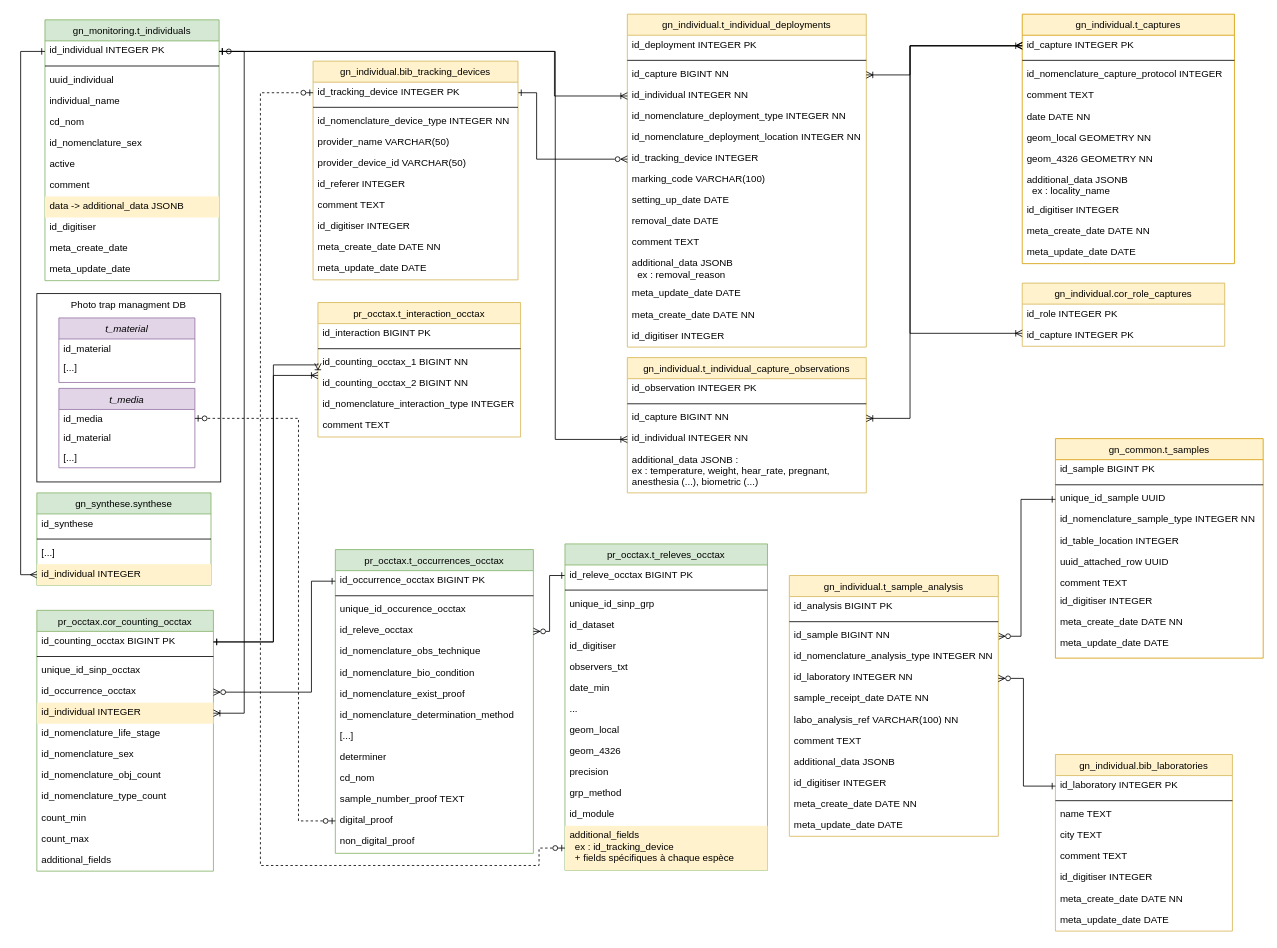
This is cahier-des-charges/MCD/V4-gn/gestion-individus_v4-3.drawio from PnVanoise/gestion-individus, a draw.io file, before an edit. Source tidied: cells renumbered, new cells numbered last; positions are measured from the earlier drawing's top-left corner, leaving out a move shared by most shapes. Both pictures are drawn from the tidied source at 81%, with x=0, y=0 at pixel (36, 14).
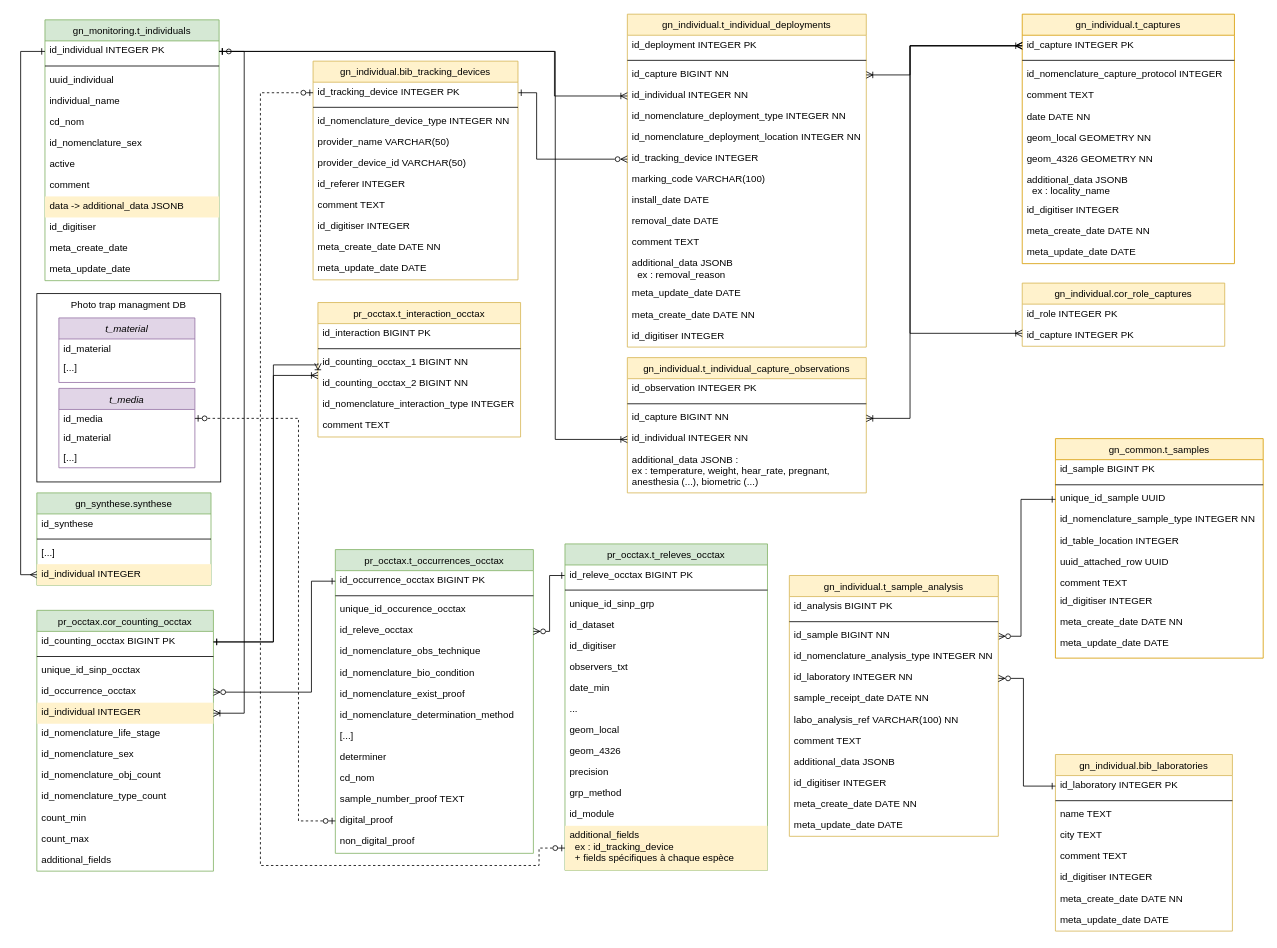
The same diagram, later.

Commit message (it also covers changes not shown here):
doc: Chane setting_up_date into install_date in t_individual_deployments

Unchanged cells that the change refers to:
```xml
<mxCell id="68" value="gn_individual.t_individual_deployments" style="swimlane;fontStyle=0;horizontal=1;startSize=26;fillColor=#fff2cc;swimlaneFillColor=default;align=center;strokeColor=#d6b656;" parent="1" vertex="1">
  <mxGeometry x="729" width="295" height="411" as="geometry" />
</mxCell>
```

What changed in the source:
```diff
@@
-    <mxCell id="77" value="setting_up_date DATE" style="shape=partialRectangle;top=0;left=0;right=0;bottom=0;align=left;verticalAlign=top;spacingTop=-2;fillColor=none;spacingLeft=4;spacingRight=4;overflow=hidden;" parent="68" vertex="1">
+    <mxCell id="77" value="install_date DATE" style="shape=partialRectangle;top=0;left=0;right=0;bottom=0;align=left;verticalAlign=top;spacingTop=-2;fillColor=none;spacingLeft=4;spacingRight=4;overflow=hidden;" parent="68" vertex="1">
       <mxGeometry y="218" width="295" height="26" as="geometry" />
     </mxCell>
```
